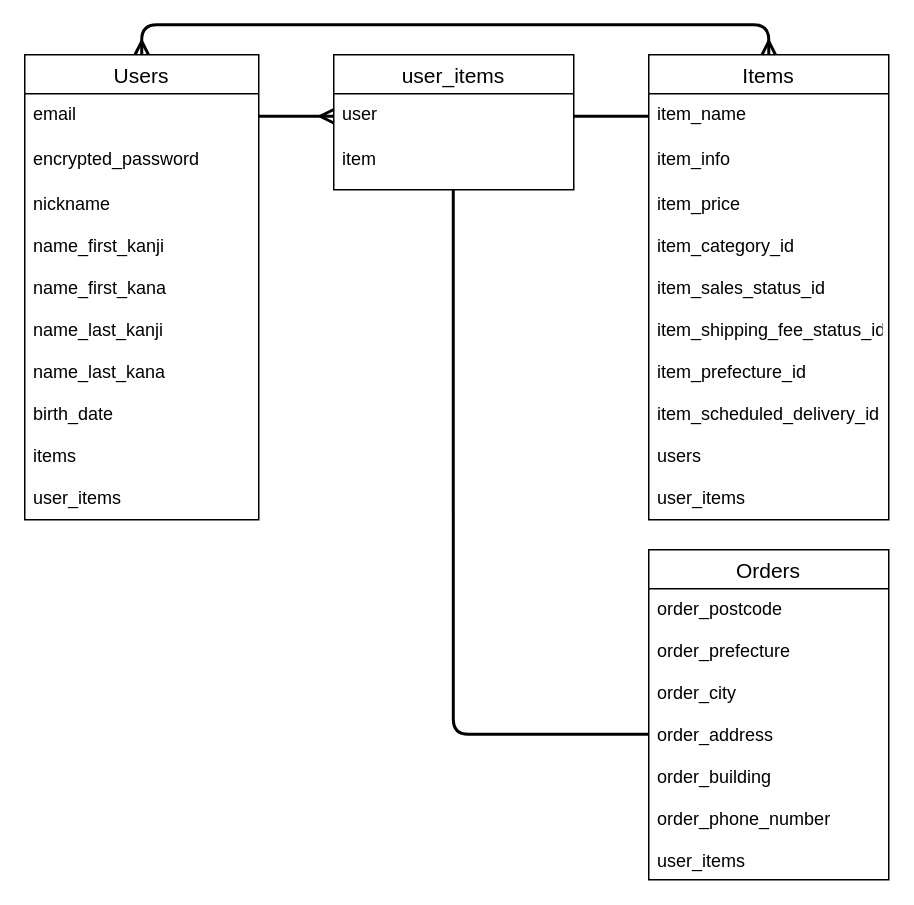
Earlier version of the draw.io diagram page "ページ1" (1 of 2) of furima.dio (Rui-Tanizaki/furima-40276). Source tidied: cells renumbered, new cells numbered last; positions are measured from the earlier drawing's top-left corner, leaving out a move shared by most shapes. Both pictures are drawn from the tidied source at 150%, with x=0, y=0 at pixel (24, 24).
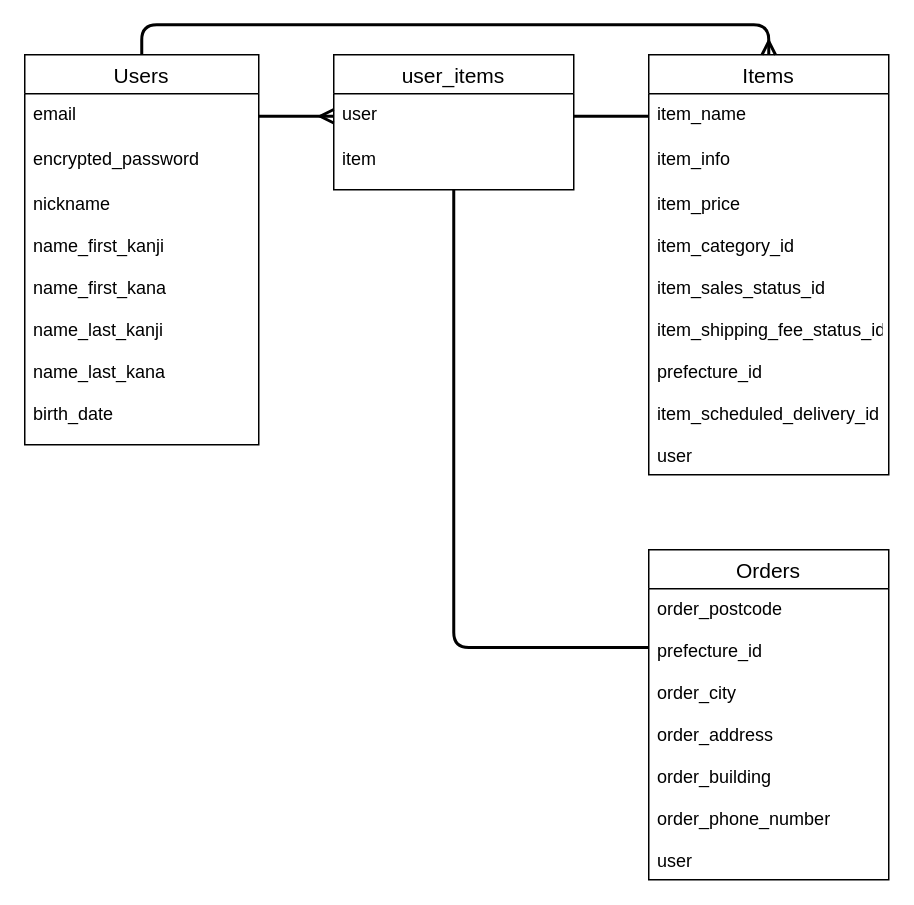
The same diagram, later.

Commit message (it also covers changes not shown here):
ER図・マークダウンの再々々訂正

Unchanged cells that the change refers to:
```xml
<mxCell id="12" value="Orders" style="swimlane;fontStyle=0;horizontal=1;startSize=26;align=center;fontSize=14;" parent="1" vertex="1">
  <mxGeometry x="416" y="350" width="160" height="220" as="geometry" />
</mxCell>
<mxCell id="17" value="item" style="text;strokeColor=none;fillColor=none;spacingLeft=4;spacingRight=4;overflow=hidden;points=[[0,0.5],[1,0.5]];portConstraint=eastwest;fontSize=12;" parent="15" vertex="1">
  <mxGeometry y="56" width="160" height="34" as="geometry" />
</mxCell>
```

The edit, as a diff of the source:
```diff
@@
     <mxCell id="2" value="Items" style="swimlane;fontStyle=0;horizontal=1;startSize=26;align=center;fontSize=14;strokeColor=default;" parent="1" vertex="1">
-      <mxGeometry x="416" y="20" width="160" height="310" as="geometry" />
+      <mxGeometry x="416" y="20" width="160" height="280" as="geometry" />
     </mxCell>
@@
-    <mxCell id="5" value="item_price&#10;&#10;item_category_id&#10;&#10;item_sales_status_id&#10;&#10;item_shipping_fee_status_id&#10;&#10;item_prefecture_id&#10;&#10;item_scheduled_delivery_id&#10;&#10;users&#10;&#10;user_items" style="text;strokeColor=none;fillColor=none;spacingLeft=4;spacingRight=4;overflow=hidden;fontSize=12;dashed=1;dashPattern=1 2;" parent="2" vertex="1">
-      <mxGeometry y="86" width="160" height="224" as="geometry" />
+    <mxCell id="5" value="item_price&#10;&#10;item_category_id&#10;&#10;item_sales_status_id&#10;&#10;item_shipping_fee_status_id&#10;&#10;prefecture_id&#10;&#10;item_scheduled_delivery_id&#10;&#10;user" style="text;strokeColor=none;fillColor=none;spacingLeft=4;spacingRight=4;overflow=hidden;fontSize=12;dashed=1;dashPattern=1 2;" parent="2" vertex="1">
+      <mxGeometry y="86" width="160" height="194" as="geometry" />
     </mxCell>
-    <mxCell id="6" style="edgeStyle=orthogonalEdgeStyle;html=1;entryX=0.5;entryY=0;entryDx=0;entryDy=0;endArrow=ERmany;endFill=0;startArrow=ERmany;startFill=0;strokeWidth=2;" parent="1" edge="1" source="7" target="2">
+    <mxCell id="6" style="edgeStyle=orthogonalEdgeStyle;html=1;entryX=0.5;entryY=0;entryDx=0;entryDy=0;endArrow=ERmany;endFill=0;startArrow=none;startFill=0;strokeWidth=2;" parent="1" edge="1" source="7" target="2">
       <mxGeometry relative="1" as="geometry">
         <Array as="points">
           <mxPoint x="78" />
           <mxPoint x="496" />
         </Array>
       </mxGeometry>
     </mxCell>
     <mxCell id="7" value="Users" style="swimlane;fontStyle=0;horizontal=1;startSize=26;align=center;fontSize=14;strokeColor=default;" parent="1" vertex="1">
-      <mxGeometry y="20" width="156" height="310" as="geometry" />
+      <mxGeometry y="20" width="156" height="260" as="geometry" />
     </mxCell>
@@
-    <mxCell id="10" value="nickname&#10;&#10;name_first_kanji&#10;&#10;name_first_kana&#10;&#10;name_last_kanji&#10;&#10;name_last_kana&#10;&#10;birth_date&#10;&#10;items&#10;&#10;user_items" style="text;strokeColor=none;fillColor=none;spacingLeft=4;spacingRight=4;overflow=hidden;fontSize=12;dashed=1;dashPattern=1 2;" parent="7" vertex="1">
-      <mxGeometry y="86" width="156" height="224" as="geometry" />
+    <mxCell id="10" value="nickname&#10;&#10;name_first_kanji&#10;&#10;name_first_kana&#10;&#10;name_last_kanji&#10;&#10;name_last_kana&#10;&#10;birth_date" style="text;strokeColor=none;fillColor=none;spacingLeft=4;spacingRight=4;overflow=hidden;fontSize=12;dashed=1;dashPattern=1 2;" parent="7" vertex="1">
+      <mxGeometry y="86" width="156" height="174" as="geometry" />
     </mxCell>
@@
-    <mxCell id="13" value="order_postcode&#10;&#10;order_prefecture&#10;&#10;order_city&#10;&#10;order_address&#10;&#10;order_building&#10;&#10;order_phone_number&#10;&#10;user_items" style="text;strokeColor=none;fillColor=none;spacingLeft=4;spacingRight=4;overflow=hidden;points=[[0,0.5],[1,0.5]];portConstraint=eastwest;fontSize=12;" parent="12" vertex="1">
+    <mxCell id="13" value="order_postcode&#10;&#10;prefecture_id&#10;&#10;order_city&#10;&#10;order_address&#10;&#10;order_building&#10;&#10;order_phone_number&#10;&#10;user" style="text;strokeColor=none;fillColor=none;spacingLeft=4;spacingRight=4;overflow=hidden;points=[[0,0.5],[1,0.5]];portConstraint=eastwest;fontSize=12;" parent="12" vertex="1">
       <mxGeometry y="26" width="160" height="194" as="geometry" />
     </mxCell>
@@
-    <mxCell id="19" style="edgeStyle=orthogonalEdgeStyle;html=1;strokeWidth=2;startArrow=none;startFill=0;endArrow=none;endFill=0;startSize=6;sourcePerimeterSpacing=7;exitX=0;exitY=0.5;exitDx=0;exitDy=0;entryX=0.498;entryY=1;entryDx=0;entryDy=0;entryPerimeter=0;" parent="1" edge="1" source="13" target="17">
+    <mxCell id="19" style="edgeStyle=orthogonalEdgeStyle;html=1;strokeWidth=2;startArrow=none;startFill=0;endArrow=none;endFill=0;startSize=6;sourcePerimeterSpacing=7;exitX=-0.001;exitY=0.202;exitDx=0;exitDy=0;entryX=0.5;entryY=1;entryDx=0;entryDy=0;entryPerimeter=0;exitPerimeter=0;" parent="1" edge="1" source="13" target="17">
       <mxGeometry relative="1" as="geometry" />
     </mxCell>
```
